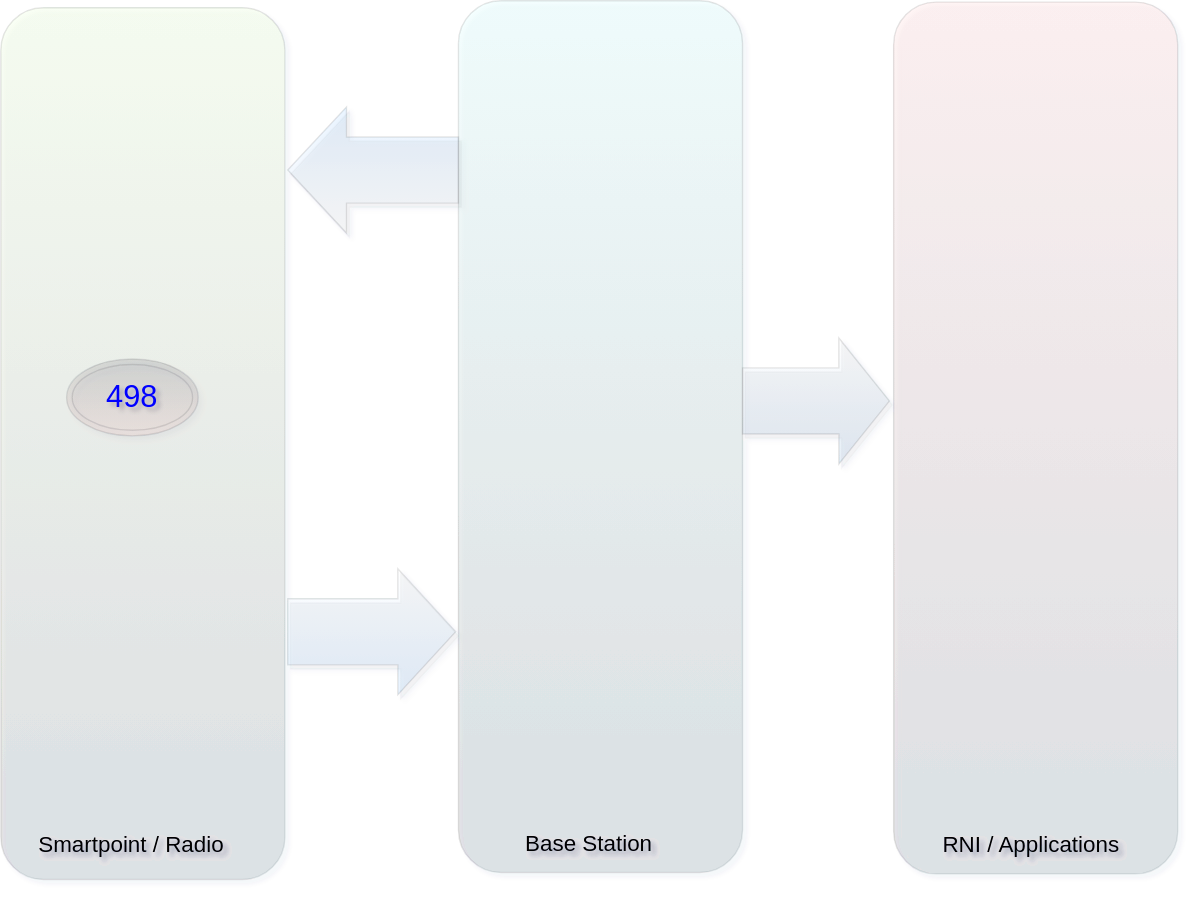
rajeshpv-common/my-drawio keeps this draw.io diagram as hack-2023/ami_ncs_utility_view_v2_svg.drawio.svg. Above is the earlier version. Source tidied: cells renumbered, new cells last; positions are measured from the earlier drawing's top-left corner, leaving out a move shared by most shapes.
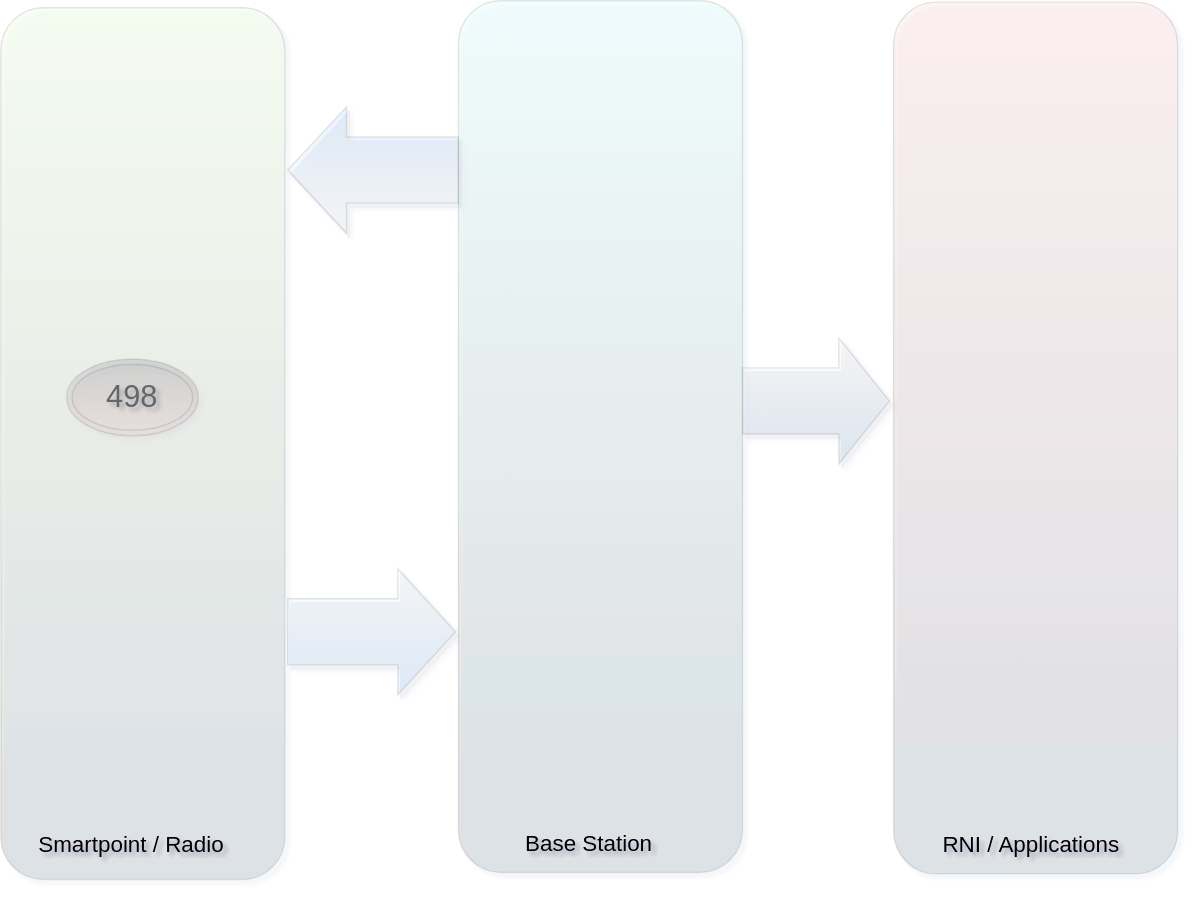
After the commit.

Change to the diagram source:
```diff
@@ -29,7 +29,7 @@
     <mxCell id="10" value="RNI / Applications" style="text;html=1;strokeColor=none;fillColor=none;align=center;verticalAlign=middle;whiteSpace=wrap;rounded=0;shadow=1;fontSize=16;" parent="1" vertex="1">
       <mxGeometry x="650" y="588" width="173" height="30" as="geometry" />
     </mxCell>
-    <mxCell id="11" value="&lt;font color=&quot;#0000ff&quot; style=&quot;font-size: 22px;&quot;&gt;498&lt;/font&gt;" style="ellipse;shape=doubleEllipse;whiteSpace=wrap;html=1;opacity=10;fillColor=#FF9999;gradientColor=default;gradientDirection=north;" parent="1" vertex="1">
+    <mxCell id="11" value="&lt;font color=&quot;#666666&quot; style=&quot;font-size: 22px;&quot;&gt;498&lt;/font&gt;" style="ellipse;shape=doubleEllipse;whiteSpace=wrap;html=1;opacity=10;fillColor=#FF9999;gradientColor=default;gradientDirection=north;" parent="1" vertex="1">
       <mxGeometry x="47" y="256" width="94" height="55" as="geometry" />
     </mxCell>
   </root>
```
